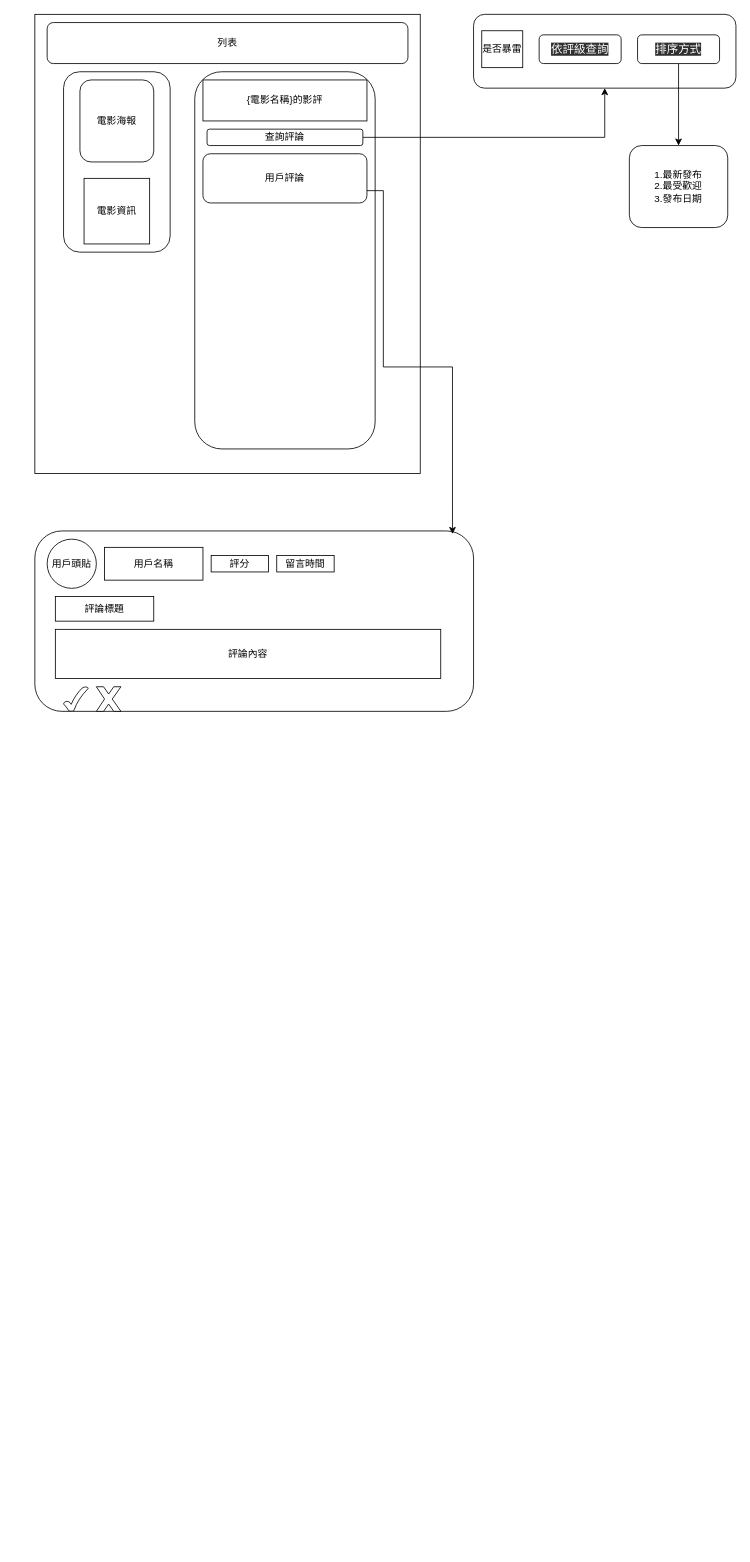
shaoccc3/movie keeps this draw.io diagram as 影評的頁面.drawio. Above is the earlier version. Source tidied: cells renumbered, new cells numbered last; positions are measured from the earlier drawing's top-left corner, leaving out a move shared by most shapes. Both pictures are drawn from the tidied source at 82%, with x=0, y=0 at pixel (34, 14).
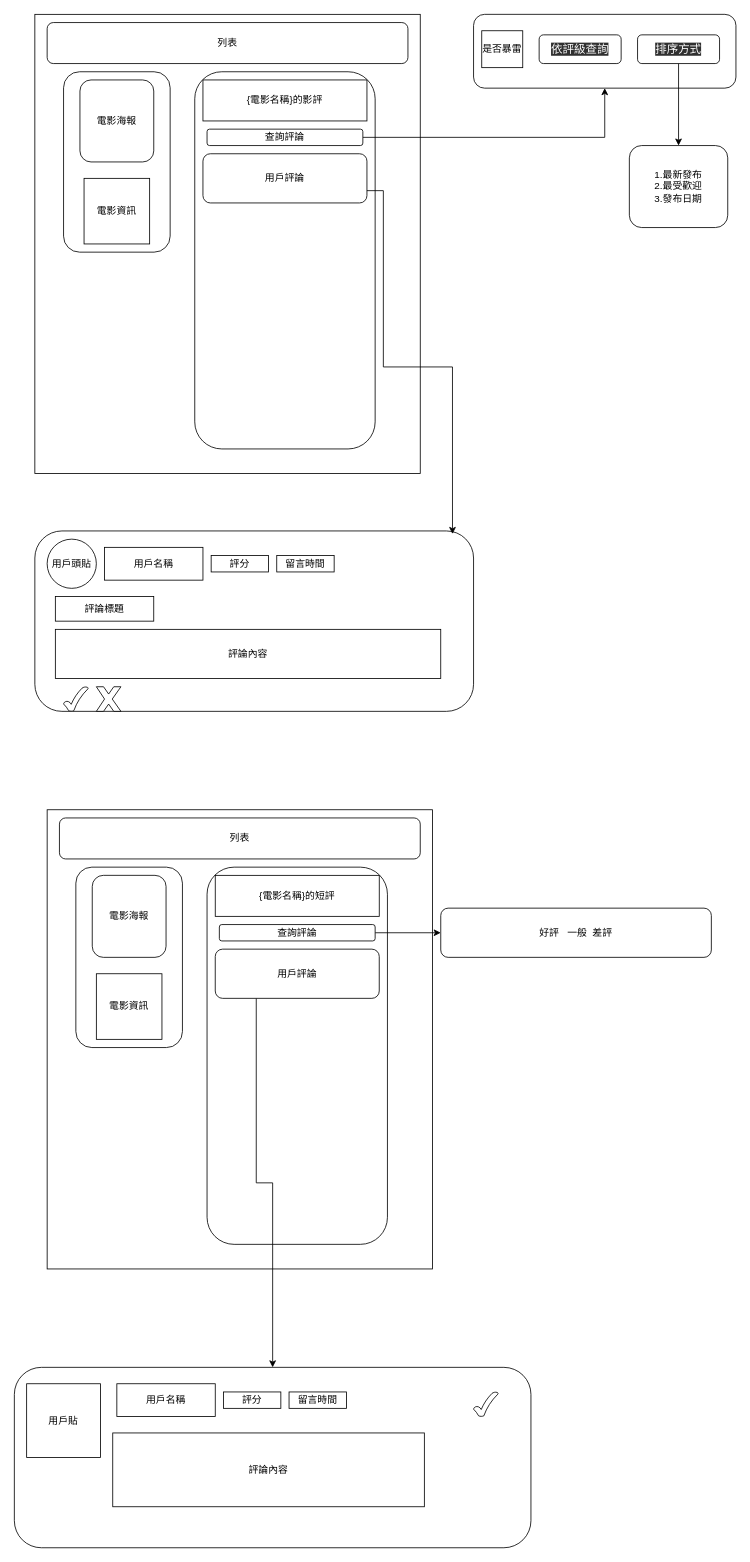
Above is the later version.

Diff of the diagram source:
```diff
@@
+    <mxCell id="28" style="whiteSpace=wrap;html=1;" parent="1" vertex="1">
+      <mxGeometry x="15" y="970" width="470" height="560" as="geometry" />
+    </mxCell>
+    <mxCell id="29" style="rounded=1;whiteSpace=wrap;html=1;" parent="1" vertex="1">
+      <mxGeometry x="50" y="1040" width="130" height="220" as="geometry" />
+    </mxCell>
+    <mxCell id="30" value="電影海報" style="rounded=1;whiteSpace=wrap;html=1;" parent="1" vertex="1">
+      <mxGeometry x="70" y="1050" width="90" height="100" as="geometry" />
+    </mxCell>
+    <mxCell id="31" value="電影資訊" style="rounded=0;whiteSpace=wrap;html=1;" parent="1" vertex="1">
+      <mxGeometry x="75" y="1170" width="80" height="80" as="geometry" />
+    </mxCell>
+    <mxCell id="32" value="列表" style="rounded=1;whiteSpace=wrap;html=1;" parent="1" vertex="1">
+      <mxGeometry x="30" y="980" width="440" height="50" as="geometry" />
+    </mxCell>
+    <mxCell id="33" style="rounded=1;whiteSpace=wrap;html=1;" parent="1" vertex="1">
+      <mxGeometry x="210" y="1040" width="220" height="460" as="geometry" />
+    </mxCell>
+    <mxCell id="34" style="edgeStyle=orthogonalEdgeStyle;rounded=0;jettySize=auto;html=1;exitX=0.25;exitY=1;exitDx=0;exitDy=0;" parent="1" edge="1" source="35" target="39">
+      <mxGeometry relative="1" as="geometry" />
+    </mxCell>
+    <mxCell id="35" value="用戶評論" style="rounded=1;whiteSpace=wrap;html=1;" parent="1" vertex="1">
+      <mxGeometry x="220" y="1140" width="200" height="60" as="geometry" />
+    </mxCell>
+    <mxCell id="36" value="{電影名稱}的短評" style="rounded=0;whiteSpace=wrap;html=1;" parent="1" vertex="1">
+      <mxGeometry x="220" y="1050" width="200" height="50" as="geometry" />
+    </mxCell>
+    <mxCell id="37" style="edgeStyle=orthogonalEdgeStyle;rounded=0;jettySize=auto;html=1;exitX=1;exitY=0.5;exitDx=0;exitDy=0;" parent="1" edge="1" source="38" target="46">
+      <mxGeometry relative="1" as="geometry" />
+    </mxCell>
+    <mxCell id="38" value="查詢評論" style="rounded=1;whiteSpace=wrap;html=1;" parent="1" vertex="1">
+      <mxGeometry x="225" y="1110" width="190" height="20" as="geometry" />
+    </mxCell>
+    <mxCell id="39" style="rounded=1;whiteSpace=wrap;html=1;" parent="1" vertex="1">
+      <mxGeometry x="-25" y="1650" width="630" height="220" as="geometry" />
+    </mxCell>
+    <mxCell id="40" value="用戶名稱" style="rounded=0;whiteSpace=wrap;html=1;" parent="1" vertex="1">
+      <mxGeometry x="100" y="1670" width="120" height="40" as="geometry" />
+    </mxCell>
+    <mxCell id="41" value="評分" style="rounded=0;whiteSpace=wrap;html=1;" parent="1" vertex="1">
+      <mxGeometry x="230" y="1680" width="70" height="20" as="geometry" />
+    </mxCell>
+    <mxCell id="42" value="留言時間" style="rounded=0;whiteSpace=wrap;html=1;" parent="1" vertex="1">
+      <mxGeometry x="310" y="1680" width="70" height="20" as="geometry" />
+    </mxCell>
+    <mxCell id="43" value="評論內容" style="rounded=0;whiteSpace=wrap;html=1;" parent="1" vertex="1">
+      <mxGeometry x="95" y="1730" width="380" height="90" as="geometry" />
+    </mxCell>
+    <mxCell id="44" style="verticalLabelPosition=bottom;verticalAlign=top;html=1;shape=mxgraph.basic.tick;" parent="1" vertex="1">
+      <mxGeometry x="535" y="1680" width="30" height="30" as="geometry" />
+    </mxCell>
+    <mxCell id="45" value="用戶貼" style="whiteSpace=wrap;html=1;" parent="1" vertex="1">
+      <mxGeometry x="-10" y="1670" width="90" height="90" as="geometry" />
+    </mxCell>
+    <mxCell id="46" value="好評&amp;nbsp; &amp;nbsp;一般&amp;nbsp; 差評" style="rounded=1;whiteSpace=wrap;html=1;" parent="1" vertex="1">
+      <mxGeometry x="495" y="1090" width="330" height="60" as="geometry" />
+    </mxCell>
```
